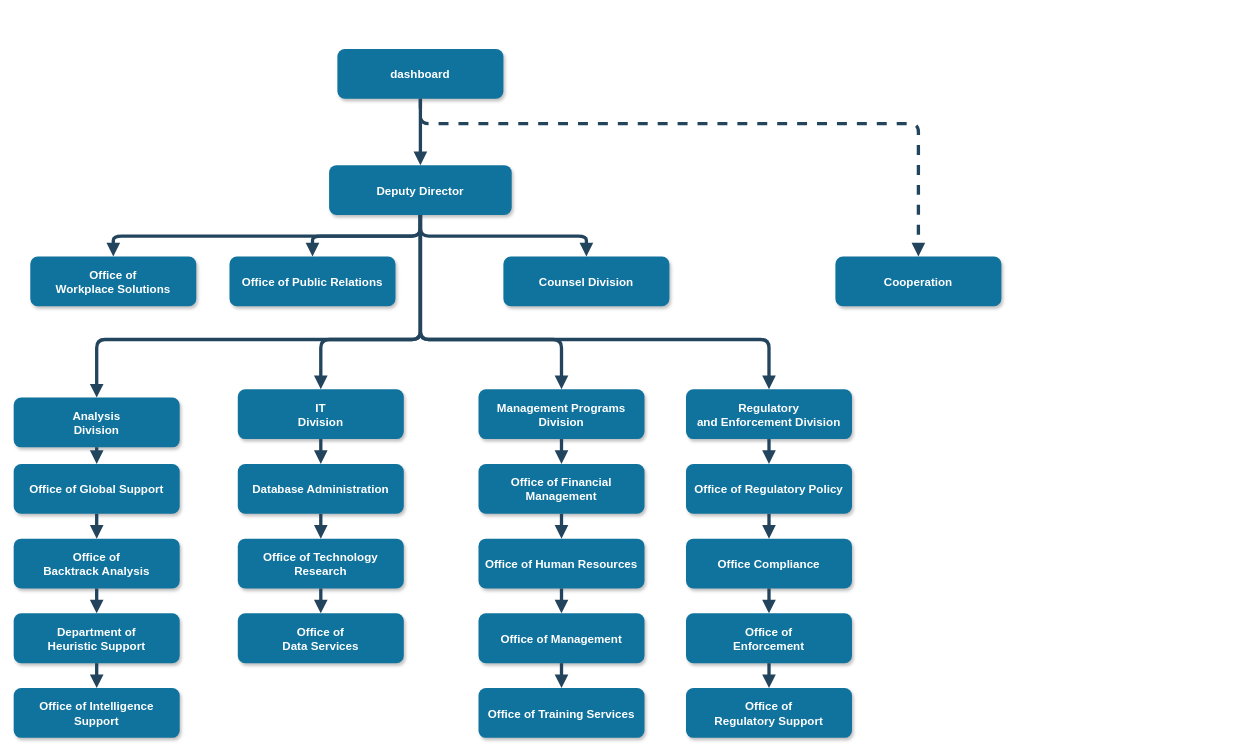
The draw.io diagram react-sidebar01.drawio in farisubuntu/draw.io, before the edit. Source tidied: cells renumbered, new cells numbered last; positions are measured from the earlier drawing's top-left corner, leaving out a move shared by most shapes. Both pictures are drawn from the tidied source at 83%, with x=0, y=0 at pixel (13, 49).
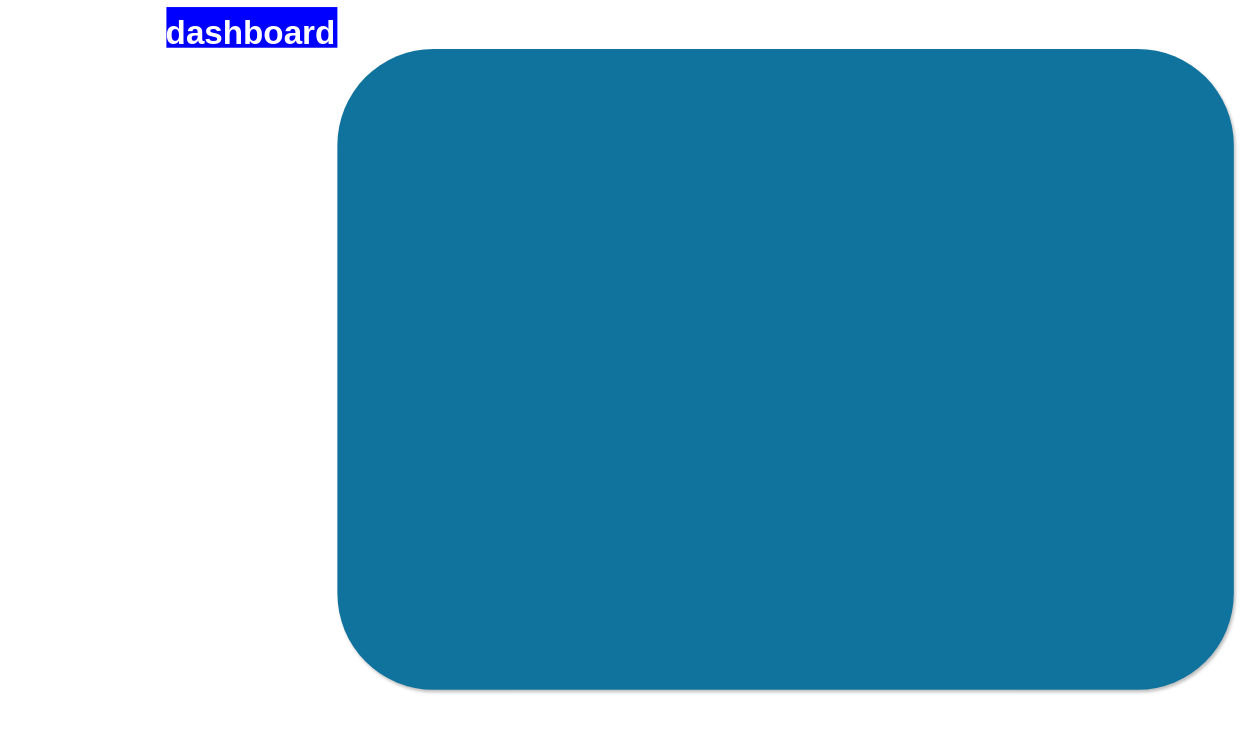
Above is the later version.

Change to the diagram source:
```diff
@@
-    <mxCell id="2" value="dashboard" style="rounded=1;fillColor=#10739E;strokeColor=none;shadow=1;gradientColor=none;fontStyle=1;fontColor=#FFFFFF;fontSize=14;" parent="1" vertex="1">
-      <mxGeometry x="390" y="-0.5" width="200" height="60" as="geometry" />
+    <mxCell id="2" value="dashboard" style="rounded=1;fillColor=#10739E;strokeColor=none;shadow=1;gradientColor=none;fontStyle=1;fontColor=#FFFFFF;fontSize=40;verticalAlign=bottom;labelPosition=left;verticalLabelPosition=top;align=right;labelBackgroundColor=#0000FF;" parent="1" vertex="1">
+      <mxGeometry x="390" y="-0.5" width="1080" height="772" as="geometry" />
     </mxCell>
-    <mxCell id="3" value="Deputy Director" style="rounded=1;fillColor=#10739E;strokeColor=none;shadow=1;gradientColor=none;fontStyle=1;fontColor=#FFFFFF;fontSize=14;" parent="1" vertex="1">
-      <mxGeometry x="380" y="139.5" width="220" height="60" as="geometry" />
-    </mxCell>
-    <mxCell id="4" value="Office of &#10;Workplace Solutions" style="rounded=1;fillColor=#10739E;strokeColor=none;shadow=1;gradientColor=none;fontStyle=1;fontColor=#FFFFFF;fontSize=14;" parent="1" vertex="1">
-      <mxGeometry x="20" y="249.5" width="200" height="60" as="geometry" />
-    </mxCell>
-    <mxCell id="5" value="Office of Public Relations" style="rounded=1;fillColor=#10739E;strokeColor=none;shadow=1;gradientColor=none;fontStyle=1;fontColor=#FFFFFF;fontSize=14;" parent="1" vertex="1">
-      <mxGeometry x="260" y="249.5" width="200" height="60" as="geometry" />
-    </mxCell>
-    <mxCell id="6" value="Counsel Division" style="rounded=1;fillColor=#10739E;strokeColor=none;shadow=1;gradientColor=none;fontStyle=1;fontColor=#FFFFFF;fontSize=14;" parent="1" vertex="1">
-      <mxGeometry x="590" y="249.5" width="200" height="60" as="geometry" />
-    </mxCell>
-    <mxCell id="7" value="Cooperation" style="rounded=1;fillColor=#10739E;strokeColor=none;shadow=1;gradientColor=none;fontStyle=1;fontColor=#FFFFFF;fontSize=14;" parent="1" vertex="1">
-      <mxGeometry x="990" y="249.5" width="200" height="60" as="geometry" />
-    </mxCell>
-    <mxCell id="8" value="Analysis &#10;Division" style="rounded=1;fillColor=#10739E;strokeColor=none;shadow=1;gradientColor=none;fontStyle=1;fontColor=#FFFFFF;fontSize=14;" parent="1" vertex="1">
-      <mxGeometry y="419.5" width="200" height="60" as="geometry" />
-    </mxCell>
-    <mxCell id="9" value="Office of Global Support" style="rounded=1;fillColor=#10739E;strokeColor=none;shadow=1;gradientColor=none;fontStyle=1;fontColor=#FFFFFF;fontSize=14;" parent="1" vertex="1">
-      <mxGeometry y="499.5" width="200" height="60" as="geometry" />
-    </mxCell>
-    <mxCell id="10" value="Office of &#10;Backtrack Analysis" style="rounded=1;fillColor=#10739E;strokeColor=none;shadow=1;gradientColor=none;fontStyle=1;fontColor=#FFFFFF;fontSize=14;" parent="1" vertex="1">
-      <mxGeometry y="589.5" width="200" height="60" as="geometry" />
-    </mxCell>
-    <mxCell id="11" value="Department of &#10;Heuristic Support" style="rounded=1;fillColor=#10739E;strokeColor=none;shadow=1;gradientColor=none;fontStyle=1;fontColor=#FFFFFF;fontSize=14;" parent="1" vertex="1">
-      <mxGeometry y="679.5" width="200" height="60" as="geometry" />
-    </mxCell>
-    <mxCell id="12" value="Office of Intelligence &#10;Support" style="rounded=1;fillColor=#10739E;strokeColor=none;shadow=1;gradientColor=none;fontStyle=1;fontColor=#FFFFFF;fontSize=14;" parent="1" vertex="1">
-      <mxGeometry y="769.5" width="200" height="60" as="geometry" />
-    </mxCell>
-    <mxCell id="13" value="IT&#10;Division" style="rounded=1;fillColor=#10739E;strokeColor=none;shadow=1;gradientColor=none;fontStyle=1;fontColor=#FFFFFF;fontSize=14;" parent="1" vertex="1">
-      <mxGeometry x="270" y="409.5" width="200" height="60" as="geometry" />
-    </mxCell>
-    <mxCell id="14" value="Database Administration" style="rounded=1;fillColor=#10739E;strokeColor=none;shadow=1;gradientColor=none;fontStyle=1;fontColor=#FFFFFF;fontSize=14;" parent="1" vertex="1">
-      <mxGeometry x="270" y="499.5" width="200" height="60" as="geometry" />
-    </mxCell>
-    <mxCell id="15" value="Office of Technology &#10;Research" style="rounded=1;fillColor=#10739E;strokeColor=none;shadow=1;gradientColor=none;fontStyle=1;fontColor=#FFFFFF;fontSize=14;" parent="1" vertex="1">
-      <mxGeometry x="270" y="589.5" width="200" height="60" as="geometry" />
-    </mxCell>
-    <mxCell id="16" value="Office of&#10;Data Services" style="rounded=1;fillColor=#10739E;strokeColor=none;shadow=1;gradientColor=none;fontStyle=1;fontColor=#FFFFFF;fontSize=14;" parent="1" vertex="1">
-      <mxGeometry x="270" y="679.5" width="200" height="60" as="geometry" />
-    </mxCell>
-    <mxCell id="17" value="Management Programs &#10;Division" style="rounded=1;fillColor=#10739E;strokeColor=none;shadow=1;gradientColor=none;fontStyle=1;fontColor=#FFFFFF;fontSize=14;" parent="1" vertex="1">
-      <mxGeometry x="560" y="409.5" width="200" height="60" as="geometry" />
-    </mxCell>
-    <mxCell id="18" value="Office of Financial &#10;Management" style="rounded=1;fillColor=#10739E;strokeColor=none;shadow=1;gradientColor=none;fontStyle=1;fontColor=#FFFFFF;fontSize=14;" parent="1" vertex="1">
-      <mxGeometry x="560" y="499.5" width="200" height="60" as="geometry" />
-    </mxCell>
-    <mxCell id="19" value="Office of Human Resources" style="rounded=1;fillColor=#10739E;strokeColor=none;shadow=1;gradientColor=none;fontStyle=1;fontColor=#FFFFFF;fontSize=14;" parent="1" vertex="1">
-      <mxGeometry x="560" y="589.5" width="200" height="60" as="geometry" />
-    </mxCell>
-    <mxCell id="20" value="Office of Management " style="rounded=1;fillColor=#10739E;strokeColor=none;shadow=1;gradientColor=none;fontStyle=1;fontColor=#FFFFFF;fontSize=14;" parent="1" vertex="1">
-      <mxGeometry x="560" y="679.5" width="200" height="60" as="geometry" />
-    </mxCell>
-    <mxCell id="21" value="Office of Training Services" style="rounded=1;fillColor=#10739E;strokeColor=none;shadow=1;gradientColor=none;fontStyle=1;fontColor=#FFFFFF;fontSize=14;" parent="1" vertex="1">
-      <mxGeometry x="560" y="769.5" width="200" height="60" as="geometry" />
-    </mxCell>
-    <mxCell id="22" value="Regulatory &#10;and Enforcement Division" style="rounded=1;fillColor=#10739E;strokeColor=none;shadow=1;gradientColor=none;fontStyle=1;fontColor=#FFFFFF;fontSize=14;" parent="1" vertex="1">
-      <mxGeometry x="810" y="409.5" width="200" height="60" as="geometry" />
-    </mxCell>
-    <mxCell id="23" value="Office of Regulatory Policy" style="rounded=1;fillColor=#10739E;strokeColor=none;shadow=1;gradientColor=none;fontStyle=1;fontColor=#FFFFFF;fontSize=14;" parent="1" vertex="1">
-      <mxGeometry x="810" y="499.5" width="200" height="60" as="geometry" />
-    </mxCell>
-    <mxCell id="24" value="Office Compliance" style="rounded=1;fillColor=#10739E;strokeColor=none;shadow=1;gradientColor=none;fontStyle=1;fontColor=#FFFFFF;fontSize=14;" parent="1" vertex="1">
-      <mxGeometry x="810" y="589.5" width="200" height="60" as="geometry" />
-    </mxCell>
-    <mxCell id="25" value="Office of &#10;Enforcement" style="rounded=1;fillColor=#10739E;strokeColor=none;shadow=1;gradientColor=none;fontStyle=1;fontColor=#FFFFFF;fontSize=14;" parent="1" vertex="1">
-      <mxGeometry x="810" y="679.5" width="200" height="60" as="geometry" />
-    </mxCell>
-    <mxCell id="26" value="Office of&#10; Regulatory Support" style="rounded=1;fillColor=#10739E;strokeColor=none;shadow=1;gradientColor=none;fontStyle=1;fontColor=#FFFFFF;fontSize=14;" parent="1" vertex="1">
-      <mxGeometry x="810" y="769.5" width="200" height="60" as="geometry" />
-    </mxCell>
-    <mxCell id="27" style="edgeStyle=elbowEdgeStyle;elbow=vertical;strokeWidth=4;endArrow=block;endFill=1;fontStyle=1;strokeColor=#23445D;" parent="1" edge="1" source="2" target="3">
-      <mxGeometry x="22" y="165.5" as="geometry" />
-    </mxCell>
-    <mxCell id="28" style="edgeStyle=elbowEdgeStyle;elbow=vertical;strokeWidth=4;endArrow=block;endFill=1;fontStyle=1;strokeColor=#23445D;" parent="1" edge="1" source="3" target="5">
-      <mxGeometry x="22" y="165.5" as="geometry" />
-    </mxCell>
-    <mxCell id="29" style="edgeStyle=elbowEdgeStyle;elbow=vertical;strokeWidth=4;endArrow=block;endFill=1;fontStyle=1;strokeColor=#23445D;" parent="1" edge="1" source="3" target="4">
-      <mxGeometry x="22" y="165.5" as="geometry" />
-    </mxCell>
-    <mxCell id="30" style="edgeStyle=elbowEdgeStyle;elbow=vertical;strokeWidth=4;endArrow=block;endFill=1;fontStyle=1;strokeColor=#23445D;" parent="1" edge="1" source="3" target="6">
-      <mxGeometry x="22" y="165.5" as="geometry" />
-    </mxCell>
-    <mxCell id="31" style="edgeStyle=elbowEdgeStyle;elbow=vertical;strokeWidth=4;endArrow=block;endFill=1;fontStyle=1;dashed=1;strokeColor=#23445D;" parent="1" edge="1" source="2" target="7">
-      <mxGeometry x="22" y="165.5" as="geometry">
-        <Array as="points">
-          <mxPoint x="780" y="89.5" />
-        </Array>
-      </mxGeometry>
-    </mxCell>
-    <mxCell id="32" style="edgeStyle=elbowEdgeStyle;elbow=vertical;strokeWidth=4;endArrow=block;endFill=1;fontStyle=1;strokeColor=#23445D;" parent="1" edge="1" source="3" target="8">
-      <mxGeometry x="22" y="165.5" as="geometry">
-        <Array as="points">
-          <mxPoint x="270" y="349.5" />
-        </Array>
-      </mxGeometry>
-    </mxCell>
-    <mxCell id="33" style="edgeStyle=elbowEdgeStyle;elbow=vertical;strokeWidth=4;endArrow=block;endFill=1;fontStyle=1;strokeColor=#23445D;" parent="1" edge="1" source="3" target="22">
-      <mxGeometry x="22" y="165.5" as="geometry">
-        <Array as="points">
-          <mxPoint x="690" y="349.5" />
-        </Array>
-      </mxGeometry>
-    </mxCell>
-    <mxCell id="34" style="edgeStyle=elbowEdgeStyle;elbow=vertical;strokeWidth=4;endArrow=block;endFill=1;fontStyle=1;strokeColor=#23445D;" parent="1" edge="1" source="8" target="9">
-      <mxGeometry x="62" y="165.5" as="geometry" />
-    </mxCell>
-    <mxCell id="35" style="edgeStyle=elbowEdgeStyle;elbow=vertical;strokeWidth=4;endArrow=block;endFill=1;fontStyle=1;strokeColor=#23445D;" parent="1" edge="1" source="9" target="10">
-      <mxGeometry x="62" y="175.5" as="geometry" />
-    </mxCell>
-    <mxCell id="36" style="edgeStyle=elbowEdgeStyle;elbow=vertical;strokeWidth=4;endArrow=block;endFill=1;fontStyle=1;strokeColor=#23445D;" parent="1" edge="1" source="10" target="11">
-      <mxGeometry x="62" y="185.5" as="geometry" />
-    </mxCell>
-    <mxCell id="37" style="edgeStyle=elbowEdgeStyle;elbow=vertical;strokeWidth=4;endArrow=block;endFill=1;fontStyle=1;strokeColor=#23445D;" parent="1" edge="1" source="11" target="12">
-      <mxGeometry x="62" y="195.5" as="geometry" />
-    </mxCell>
-    <mxCell id="38" style="edgeStyle=elbowEdgeStyle;elbow=vertical;strokeWidth=4;endArrow=block;endFill=1;fontStyle=1;strokeColor=#23445D;" parent="1" edge="1" source="13" target="14">
-      <mxGeometry x="62" y="165.5" as="geometry" />
-    </mxCell>
-    <mxCell id="39" style="edgeStyle=elbowEdgeStyle;elbow=vertical;strokeWidth=4;endArrow=block;endFill=1;fontStyle=1;strokeColor=#23445D;" parent="1" edge="1" source="14" target="15">
-      <mxGeometry x="62" y="175.5" as="geometry" />
-    </mxCell>
-    <mxCell id="40" style="edgeStyle=elbowEdgeStyle;elbow=vertical;strokeWidth=4;endArrow=block;endFill=1;fontStyle=1;strokeColor=#23445D;" parent="1" edge="1" source="15" target="16">
-      <mxGeometry x="62" y="185.5" as="geometry" />
-    </mxCell>
-    <mxCell id="41" style="edgeStyle=elbowEdgeStyle;elbow=vertical;strokeWidth=4;endArrow=block;endFill=1;fontStyle=1;strokeColor=#23445D;" parent="1" edge="1" source="17" target="18">
-      <mxGeometry x="72" y="165.5" as="geometry" />
-    </mxCell>
-    <mxCell id="42" style="edgeStyle=elbowEdgeStyle;elbow=vertical;strokeWidth=4;endArrow=block;endFill=1;fontStyle=1;strokeColor=#23445D;" parent="1" edge="1" source="18" target="19">
-      <mxGeometry x="72" y="175.5" as="geometry" />
-    </mxCell>
-    <mxCell id="43" style="edgeStyle=elbowEdgeStyle;elbow=vertical;strokeWidth=4;endArrow=block;endFill=1;fontStyle=1;strokeColor=#23445D;" parent="1" edge="1" source="19" target="20">
-      <mxGeometry x="72" y="185.5" as="geometry" />
-    </mxCell>
-    <mxCell id="44" style="edgeStyle=elbowEdgeStyle;elbow=vertical;strokeWidth=4;endArrow=block;endFill=1;fontStyle=1;strokeColor=#23445D;" parent="1" edge="1" source="20" target="21">
-      <mxGeometry x="72" y="195.5" as="geometry" />
-    </mxCell>
-    <mxCell id="45" style="edgeStyle=elbowEdgeStyle;elbow=vertical;strokeWidth=4;endArrow=block;endFill=1;fontStyle=1;strokeColor=#23445D;" parent="1" edge="1" source="22" target="23">
-      <mxGeometry x="72" y="165.5" as="geometry" />
-    </mxCell>
-    <mxCell id="46" style="edgeStyle=elbowEdgeStyle;elbow=vertical;strokeWidth=4;endArrow=block;endFill=1;fontStyle=1;strokeColor=#23445D;" parent="1" edge="1" source="23" target="24">
-      <mxGeometry x="72" y="175.5" as="geometry" />
-    </mxCell>
-    <mxCell id="47" style="edgeStyle=elbowEdgeStyle;elbow=vertical;strokeWidth=4;endArrow=block;endFill=1;fontStyle=1;strokeColor=#23445D;" parent="1" edge="1" source="24" target="25">
-      <mxGeometry x="72" y="185.5" as="geometry" />
-    </mxCell>
-    <mxCell id="48" style="edgeStyle=elbowEdgeStyle;elbow=vertical;strokeWidth=4;endArrow=block;endFill=1;fontStyle=1;strokeColor=#23445D;" parent="1" edge="1" source="25" target="26">
-      <mxGeometry x="72" y="195.5" as="geometry" />
-    </mxCell>
-    <mxCell id="49" style="edgeStyle=elbowEdgeStyle;elbow=vertical;strokeWidth=4;endArrow=block;endFill=1;fontStyle=1;strokeColor=#23445D;" parent="1" edge="1" source="3" target="13">
-      <mxGeometry x="22" y="165.5" as="geometry">
-        <Array as="points">
-          <mxPoint x="370" y="349.5" />
-        </Array>
-      </mxGeometry>
-    </mxCell>
-    <mxCell id="50" style="edgeStyle=elbowEdgeStyle;elbow=vertical;strokeWidth=4;endArrow=block;endFill=1;fontStyle=1;strokeColor=#23445D;" parent="1" edge="1" source="3" target="17">
-      <mxGeometry x="22" y="165.5" as="geometry">
-        <Array as="points">
-          <mxPoint x="660" y="349.5" />
-        </Array>
-      </mxGeometry>
-    </mxCell>
```
